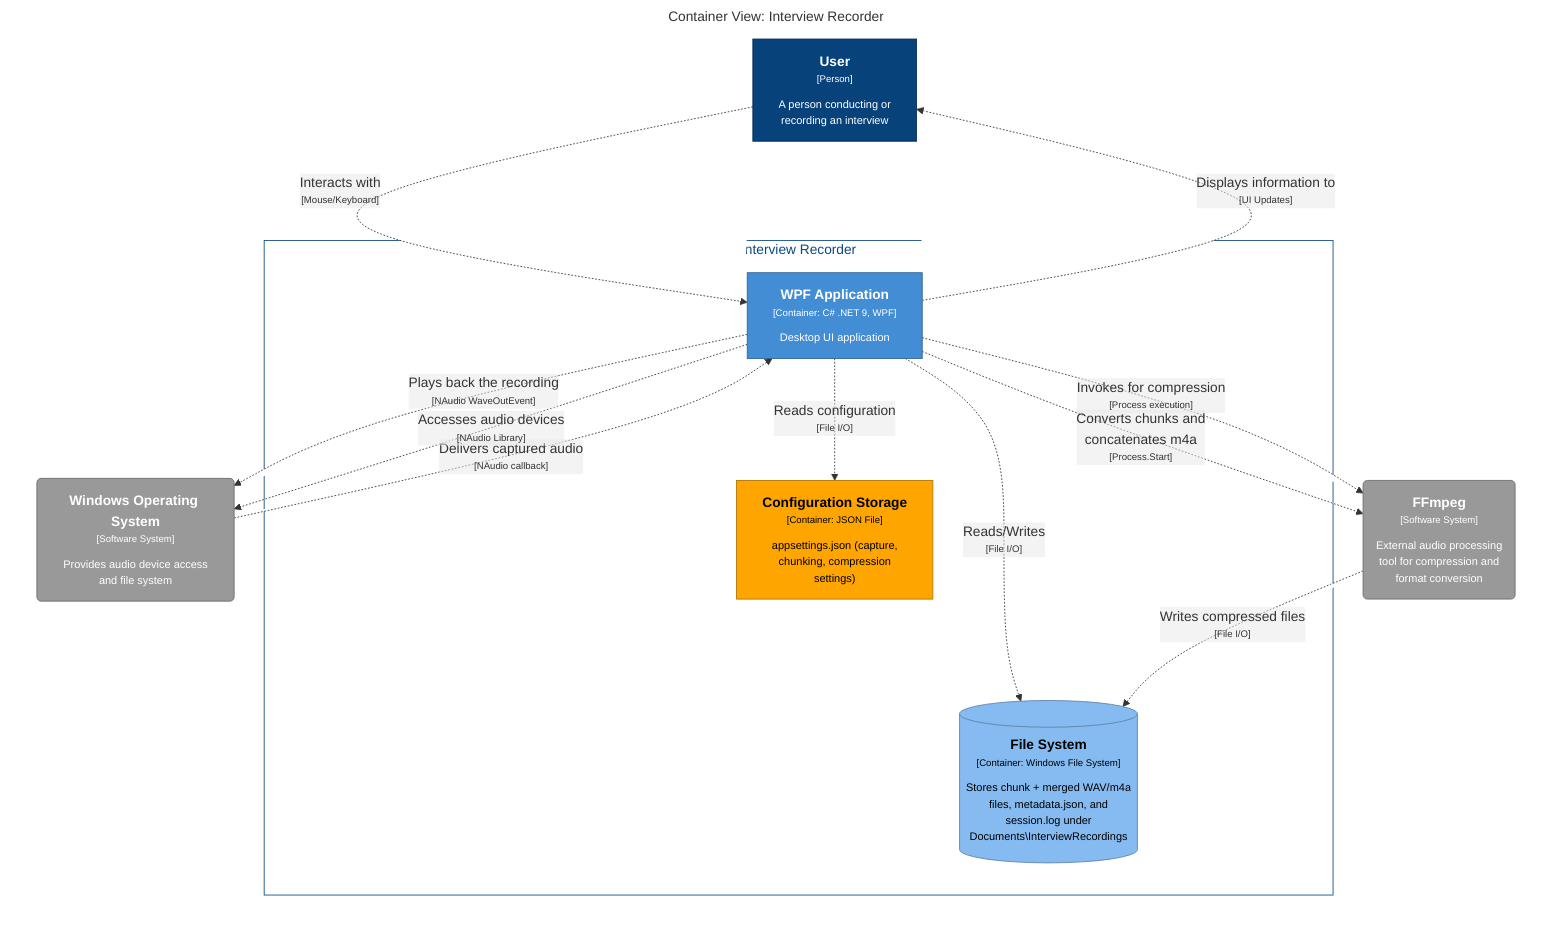
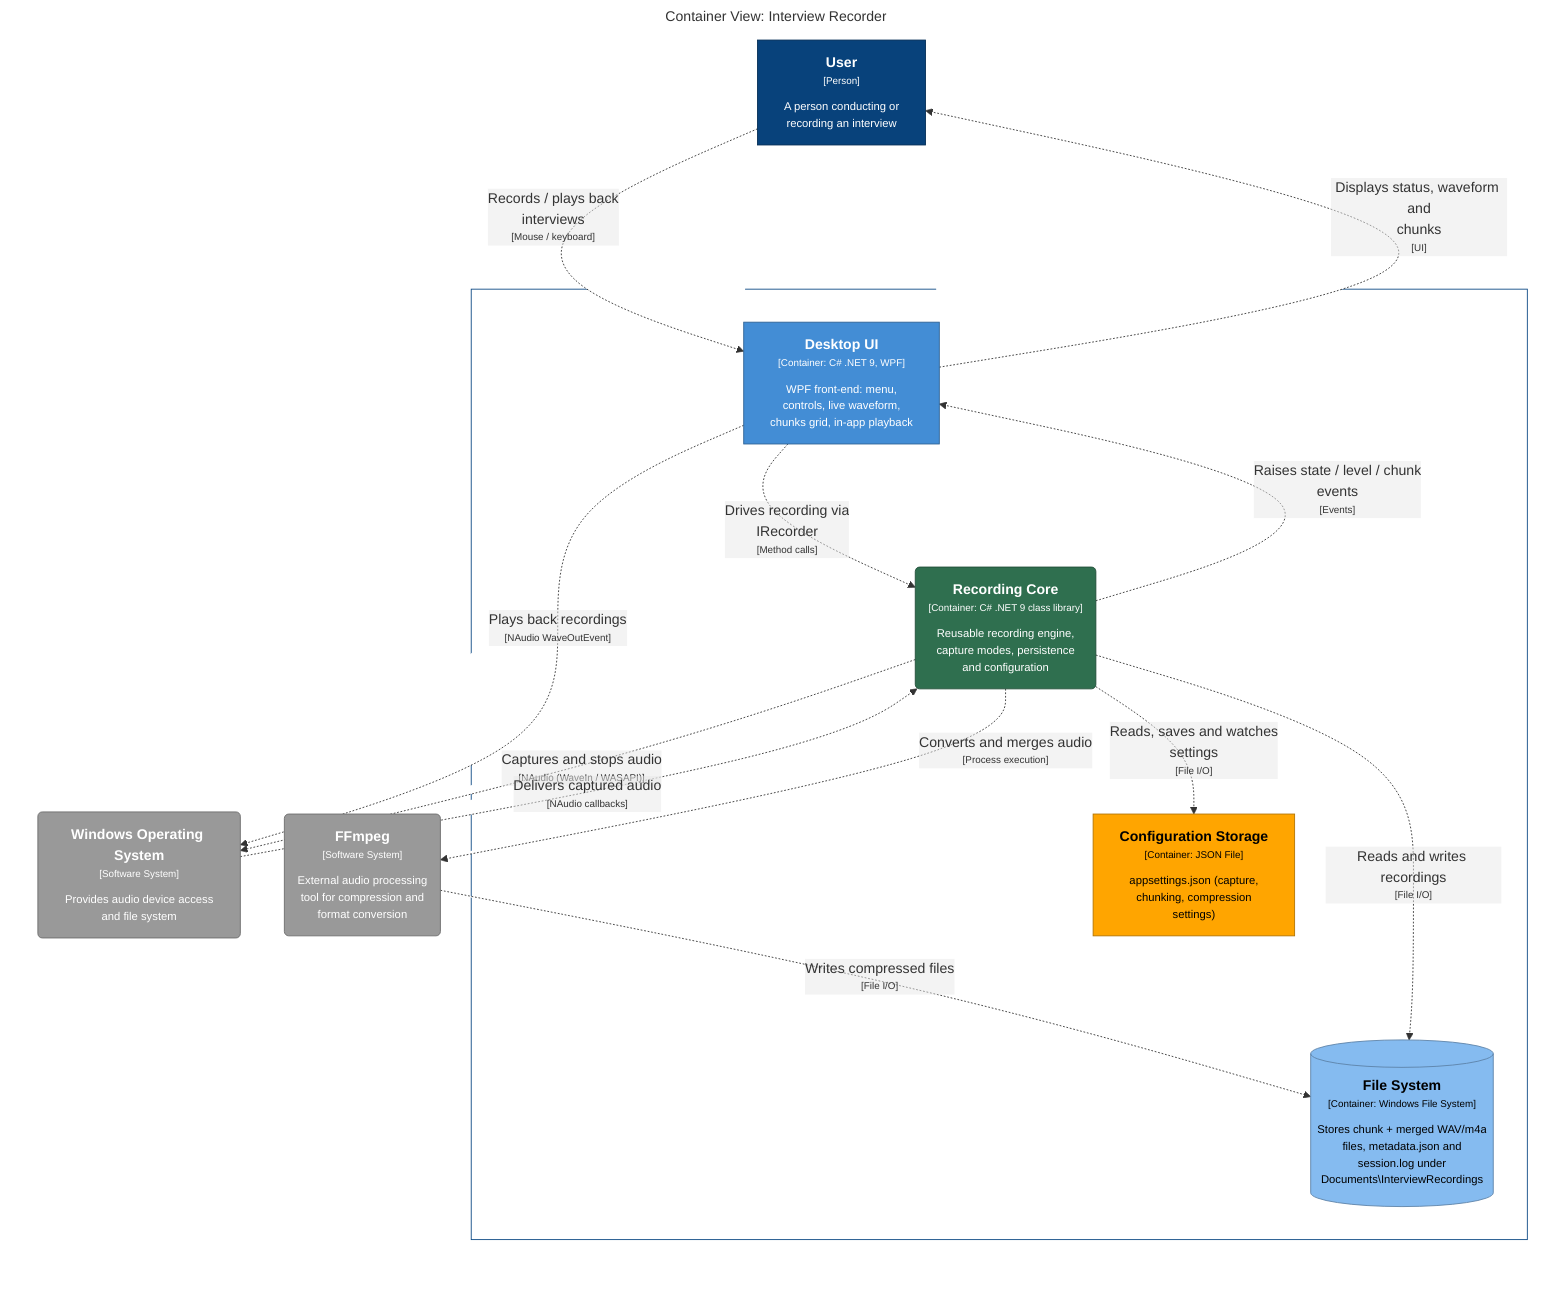
graph LR
  linkStyle default fill:#ffffff

  subgraph diagram ["Container View: Interview Recorder"]
    style diagram fill:#ffffff,stroke:#ffffff

    1["<div style='font-weight: bold'>User</div><div style='font-size: 70%; margin-top: 0px'>[Person]</div><div style='font-size: 80%; margin-top:10px'>A person conducting or<br />recording an interview</div>"]
    style 1 fill:#08427b,stroke:#052e56,color:#ffffff
    2("<div style='font-weight: bold'>Windows Operating System</div><div style='font-size: 70%; margin-top: 0px'>[Software System]</div><div style='font-size: 80%; margin-top:10px'>Provides audio device access<br />and file system</div>")
    style 2 fill:#999999,stroke:#6b6b6b,color:#ffffff
    3("<div style='font-weight: bold'>FFmpeg</div><div style='font-size: 70%; margin-top: 0px'>[Software System]</div><div style='font-size: 80%; margin-top:10px'>External audio processing<br />tool for compression and<br />format conversion</div>")
    style 3 fill:#999999,stroke:#6b6b6b,color:#ffffff

    subgraph 4 ["Interview Recorder"]
      style 4 fill:#ffffff,stroke:#0b4884,color:#0b4884

-       5["<div style='font-weight: bold'>WPF Application</div><div style='font-size: 70%; margin-top: 0px'>[Container: C# .NET 9, WPF]</div><div style='font-size: 80%; margin-top:10px'>Desktop UI application</div>"]
+       42[("<div style='font-weight: bold'>File System</div><div style='font-size: 70%; margin-top: 0px'>[Container: Windows File System]</div><div style='font-size: 80%; margin-top:10px'>Stores chunk + merged WAV/m4a<br />files, metadata.json and<br />session.log under<br />Documents\InterviewRecordings</div>")]
+       style 42 fill:#85bbf0,stroke:#5d82a8,color:#000000
+       43["<div style='font-weight: bold'>Configuration Storage</div><div style='font-size: 70%; margin-top: 0px'>[Container: JSON File]</div><div style='font-size: 80%; margin-top:10px'>appsettings.json (capture,<br />chunking, compression<br />settings)</div>"]
+       style 43 fill:#ffa500,stroke:#b27300,color:#000000
+       5["<div style='font-weight: bold'>Desktop UI</div><div style='font-size: 70%; margin-top: 0px'>[Container: C# .NET 9, WPF]</div><div style='font-size: 80%; margin-top:10px'>WPF front-end: menu,<br />controls, live waveform,<br />chunks grid, in-app playback</div>"]
      style 5 fill:#438dd5,stroke:#2e6295,color:#ffffff
-       53[("<div style='font-weight: bold'>File System</div><div style='font-size: 70%; margin-top: 0px'>[Container: Windows File System]</div><div style='font-size: 80%; margin-top:10px'>Stores chunk + merged WAV/m4a<br />files, metadata.json, and<br />session.log under<br />Documents\InterviewRecordings</div>")]
-       style 53 fill:#85bbf0,stroke:#5d82a8,color:#000000
-       54["<div style='font-weight: bold'>Configuration Storage</div><div style='font-size: 70%; margin-top: 0px'>[Container: JSON File]</div><div style='font-size: 80%; margin-top:10px'>appsettings.json (capture,<br />chunking, compression<br />settings)</div>"]
-       style 54 fill:#ffa500,stroke:#b27300,color:#000000
+       7("<div style='font-weight: bold'>Recording Core</div><div style='font-size: 70%; margin-top: 0px'>[Container: C# .NET 9 class library]</div><div style='font-size: 80%; margin-top:10px'>Reusable recording engine,<br />capture modes, persistence<br />and configuration</div>")
+       style 7 fill:#2f6f4f,stroke:#204d37,color:#ffffff
    end

-     5-. "<div>Converts chunks and<br />concatenates m4a</div><div style='font-size: 70%'>[Process.Start]</div>" .->3
-     5-. "<div>Plays back the recording</div><div style='font-size: 70%'>[NAudio WaveOutEvent]</div>" .->2
-     2-. "<div>Delivers captured audio</div><div style='font-size: 70%'>[NAudio callback]</div>" .->5
-     5-. "<div>Reads/Writes</div><div style='font-size: 70%'>[File I/O]</div>" .->53
-     5-. "<div>Reads configuration</div><div style='font-size: 70%'>[File I/O]</div>" .->54
-     5-. "<div>Accesses audio devices</div><div style='font-size: 70%'>[NAudio Library]</div>" .->2
-     5-. "<div>Invokes for compression</div><div style='font-size: 70%'>[Process execution]</div>" .->3
-     3-. "<div>Writes compressed files</div><div style='font-size: 70%'>[File I/O]</div>" .->53
-     1-. "<div>Interacts with</div><div style='font-size: 70%'>[Mouse/Keyboard]</div>" .->5
-     5-. "<div>Displays information to</div><div style='font-size: 70%'>[UI Updates]</div>" .->1
+     3-. "<div>Writes compressed files</div><div style='font-size: 70%'>[File I/O]</div>" .->42
+     1-. "<div>Records / plays back<br />interviews</div><div style='font-size: 70%'>[Mouse / keyboard]</div>" .->5
+     5-. "<div>Displays status, waveform and<br />chunks</div><div style='font-size: 70%'>[UI]</div>" .->1
+     5-. "<div>Drives recording via<br />IRecorder</div><div style='font-size: 70%'>[Method calls]</div>" .->7
+     7-. "<div>Raises state / level / chunk<br />events</div><div style='font-size: 70%'>[Events]</div>" .->5
+     5-. "<div>Plays back recordings</div><div style='font-size: 70%'>[NAudio WaveOutEvent]</div>" .->2
+     7-. "<div>Captures and stops audio</div><div style='font-size: 70%'>[NAudio (WaveIn / WASAPI)]</div>" .->2
+     2-. "<div>Delivers captured audio</div><div style='font-size: 70%'>[NAudio callbacks]</div>" .->7
+     7-. "<div>Converts and merges audio</div><div style='font-size: 70%'>[Process execution]</div>" .->3
+     7-. "<div>Reads and writes recordings</div><div style='font-size: 70%'>[File I/O]</div>" .->42
+     7-. "<div>Reads, saves and watches<br />settings</div><div style='font-size: 70%'>[File I/O]</div>" .->43

  end